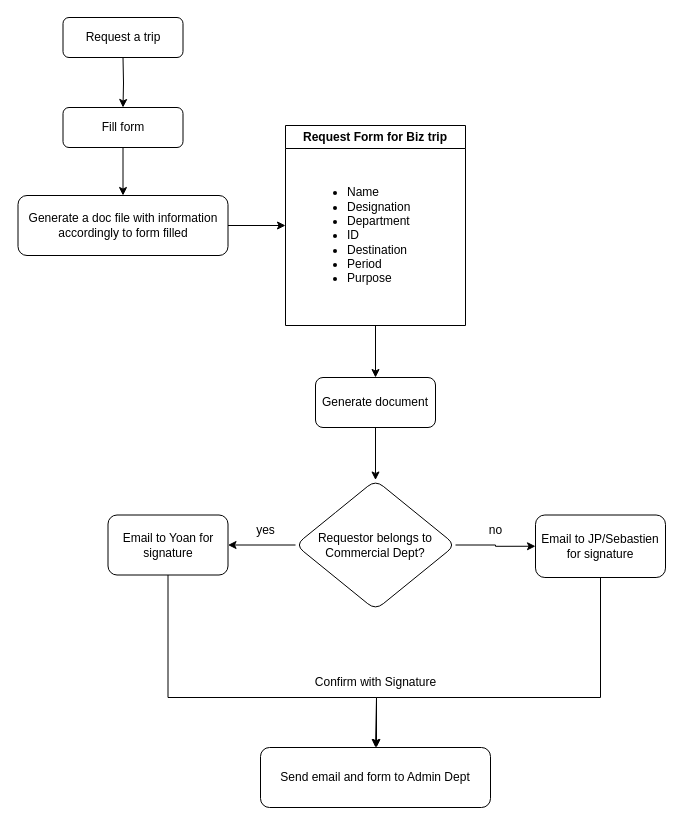
This is public/Untitled Diagram.drawio from hamster1412/My-Blog, a draw.io file, before an edit. Source tidied: cells renumbered, new cells numbered last; positions are measured from the earlier drawing's top-left corner, leaving out a move shared by most shapes. Both pictures are drawn from the tidied source at 100%, with x=0, y=0 at pixel (17, 17).
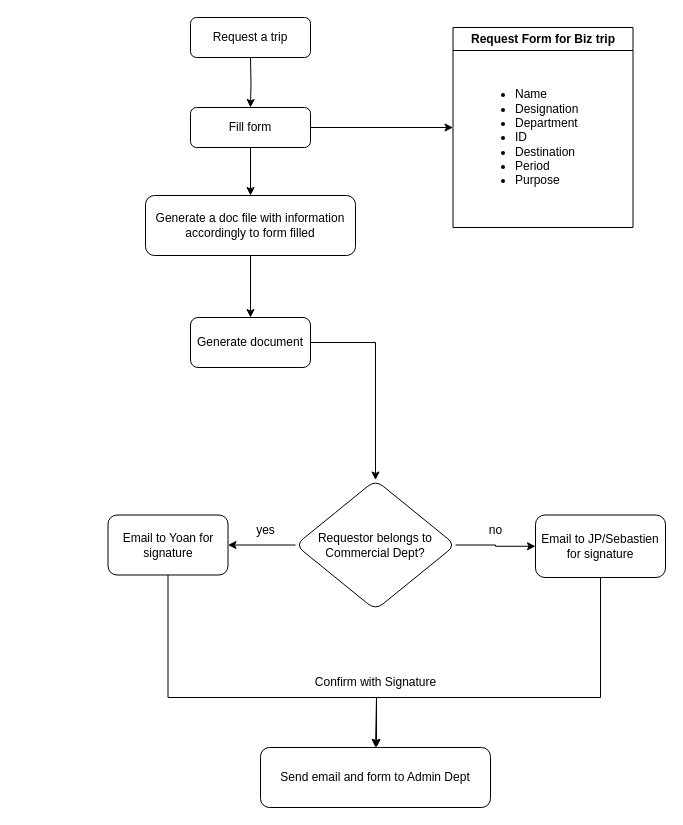
The same diagram, later.

The change refers to these unchanged cells:
```xml
<mxCell id="16" value="Requestor belongs to Commercial Dept?" style="rhombus;whiteSpace=wrap;html=1;rounded=1;" parent="1" vertex="1">
  <mxGeometry x="278" y="462.5" width="160" height="130" as="geometry" />
</mxCell>
```

What changed in the source:
```diff
@@
     <mxCell id="2" style="edgeStyle=orthogonalEdgeStyle;rounded=0;jettySize=auto;html=1;" parent="1" edge="1" target="5">
       <mxGeometry relative="1" as="geometry">
-        <mxPoint x="105.5" y="40" as="sourcePoint" />
+        <mxPoint x="233" y="40" as="sourcePoint" />
       </mxGeometry>
     </mxCell>
     <mxCell id="3" value="Request a trip" style="rounded=1;whiteSpace=wrap;html=1;fontSize=12;glass=0;strokeWidth=1;shadow=0;" parent="1" vertex="1">
-      <mxGeometry x="45.5" width="120" height="40" as="geometry" />
+      <mxGeometry x="173" width="120" height="40" as="geometry" />
     </mxCell>
@@
     <mxCell id="5" value="Fill form" style="rounded=1;whiteSpace=wrap;html=1;" parent="1" vertex="1">
-      <mxGeometry x="45.5" y="90" width="120" height="40" as="geometry" />
+      <mxGeometry x="173" y="90" width="120" height="40" as="geometry" />
     </mxCell>
-    <mxCell id="6" style="edgeStyle=orthogonalEdgeStyle;rounded=0;jettySize=auto;html=1;entryX=0;entryY=0.5;entryDx=0;entryDy=0;" parent="1" edge="1" source="7" target="9">
+    <mxCell id="6" style="edgeStyle=orthogonalEdgeStyle;rounded=0;jettySize=auto;html=1;entryX=0;entryY=0.5;entryDx=0;entryDy=0;exitX=1;exitY=0.5;exitDx=0;exitDy=0;" parent="1" edge="1" source="5" target="9">
       <mxGeometry relative="1" as="geometry" />
     </mxCell>
+    <mxCell id="25" style="edgeStyle=orthogonalEdgeStyle;rounded=0;jettySize=auto;html=1;exitX=0.5;exitY=1;exitDx=0;exitDy=0;entryX=0.5;entryY=0;entryDx=0;entryDy=0;" parent="1" edge="1" source="7" target="12">
+      <mxGeometry relative="1" as="geometry" />
+    </mxCell>
     <mxCell id="7" value="Generate a doc file with information accordingly to form filled" style="rounded=1;whiteSpace=wrap;html=1;" parent="1" vertex="1">
-      <mxGeometry x="0.5" y="178" width="210" height="60" as="geometry" />
+      <mxGeometry x="128" y="178" width="210" height="60" as="geometry" />
     </mxCell>
-    <mxCell id="8" style="edgeStyle=orthogonalEdgeStyle;rounded=0;jettySize=auto;html=1;exitX=0.5;exitY=1;exitDx=0;exitDy=0;" parent="1" edge="1" source="9" target="12">
-      <mxGeometry relative="1" as="geometry" />
-    </mxCell>
     <mxCell id="9" value="Request Form for Biz trip" style="swimlane;whiteSpace=wrap;html=1;" parent="1" vertex="1">
-      <mxGeometry x="268" y="108" width="180" height="200" as="geometry" />
+      <mxGeometry x="435.5" y="10" width="180" height="200" as="geometry" />
     </mxCell>
@@
-    <mxCell id="11" style="edgeStyle=orthogonalEdgeStyle;rounded=0;jettySize=auto;html=1;" parent="1" edge="1" source="12" target="16">
+    <mxCell id="11" style="edgeStyle=orthogonalEdgeStyle;rounded=0;jettySize=auto;html=1;exitX=1;exitY=0.5;exitDx=0;exitDy=0;" parent="1" edge="1" source="12" target="16">
       <mxGeometry relative="1" as="geometry" />
     </mxCell>
     <mxCell id="12" value="Generate document" style="rounded=1;whiteSpace=wrap;html=1;" parent="1" vertex="1">
-      <mxGeometry x="298" y="360" width="120" height="50" as="geometry" />
+      <mxGeometry x="173" y="300" width="120" height="50" as="geometry" />
     </mxCell>
```
